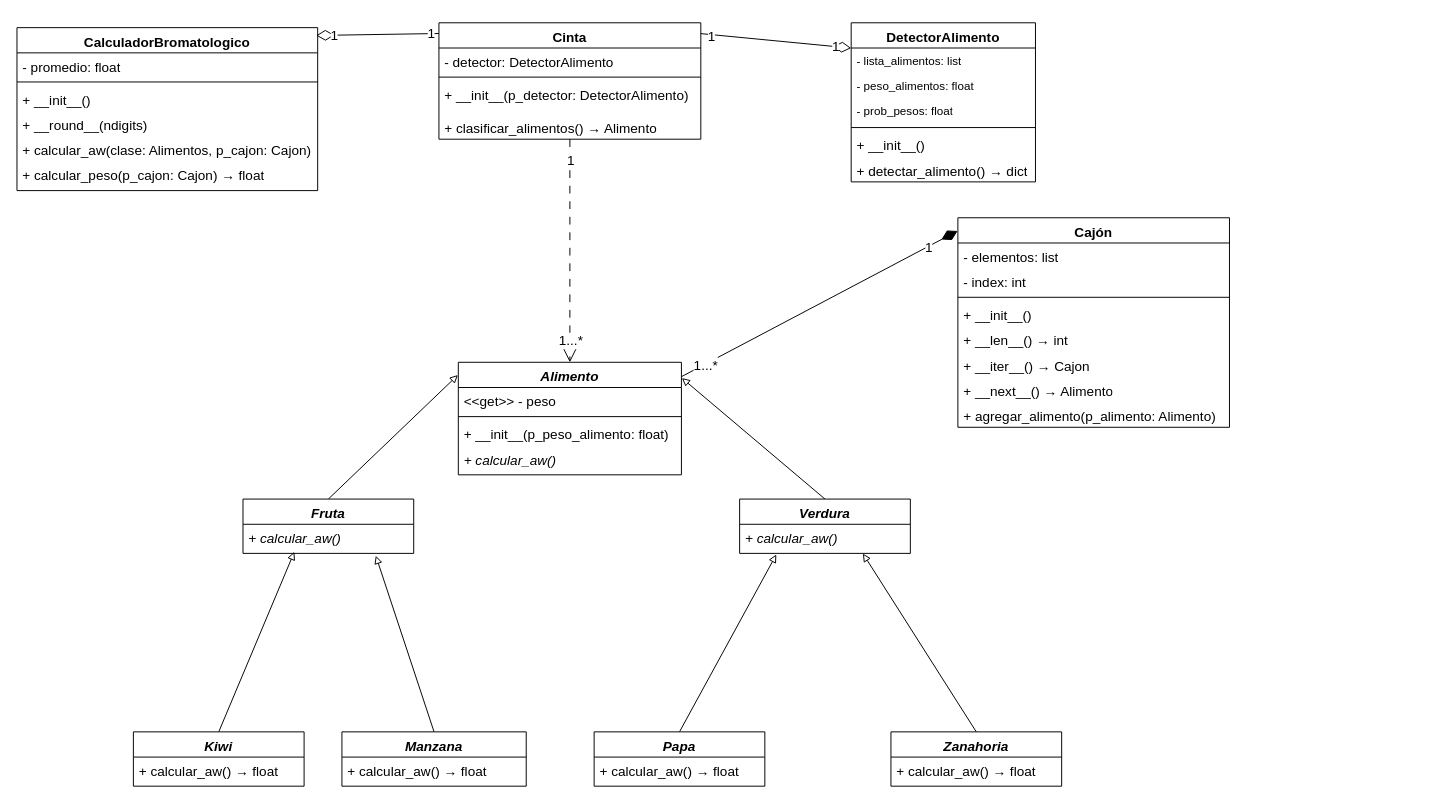
Earlier version of the draw.io diagram TrabajoPractico_2/proyecto2/docs/diagrama_UML_p2.drawio (FelipeCarrozzo/prog_avanzada). Source tidied: cells renumbered, new cells numbered last; positions are measured from the earlier drawing's top-left corner, leaving out a move shared by most shapes. Both pictures are drawn from the tidied source at 97%, with x=0, y=0 at pixel (16, 22).
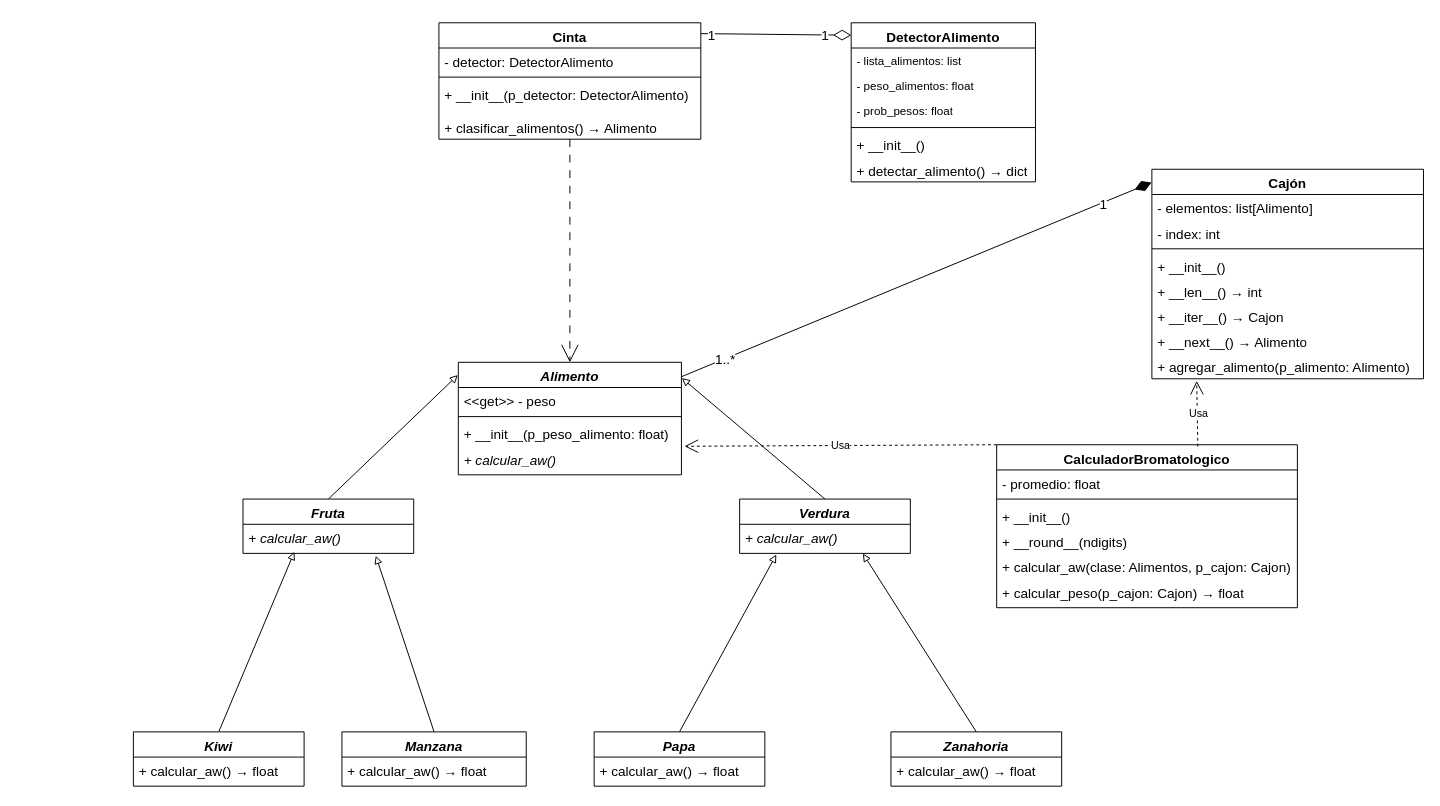
Above is the later version.

The change refers to these unchanged cells:
```xml
<mxCell id="2" style="rounded=0;jettySize=auto;html=1;exitX=0.5;exitY=1;exitDx=0;exitDy=0;entryX=0.5;entryY=0;entryDx=0;entryDy=0;endArrow=open;endFill=0;endSize=16;dashed=1;dashPattern=8 8;fontSize=14;" parent="1" edge="1" source="5" target="35">
  <mxGeometry relative="1" as="geometry" />
</mxCell>
<mxCell id="5" value="Cinta" style="swimlane;fontStyle=1;align=center;verticalAlign=top;horizontal=1;startSize=26;whiteSpace=wrap;html=1;fontSize=14;" parent="1" vertex="1">
  <mxGeometry x="435" width="270" height="120" as="geometry" />
</mxCell>
<mxCell id="10" value="DetectorAlimento" style="swimlane;fontStyle=1;align=center;verticalAlign=top;horizontal=1;startSize=26;whiteSpace=wrap;html=1;fontSize=14;" parent="1" vertex="1">
  <mxGeometry x="860" width="190" height="164" as="geometry" />
</mxCell>
<mxCell id="39" value="&lt;i&gt;&lt;font style=&quot;color: rgb(0, 0, 0);&quot;&gt;+ calcular_aw()&lt;/font&gt;&lt;/i&gt;" style="text;strokeColor=none;fillColor=none;align=left;verticalAlign=top;spacingLeft=4;spacingRight=4;overflow=hidden;points=[[0,0.5],[1,0.5]];portConstraint=eastwest;whiteSpace=wrap;html=1;fontSize=14;" parent="35" vertex="1">
  <mxGeometry y="86" width="230" height="30" as="geometry" />
</mxCell>
<mxCell id="54" value="+ agregar_alimento(p_alimento: Alimento)" style="text;strokeColor=none;fillColor=none;align=left;verticalAlign=top;spacingLeft=4;spacingRight=4;overflow=hidden;points=[[0,0.5],[1,0.5]];portConstraint=eastwest;whiteSpace=wrap;html=1;fontSize=14;" parent="46" vertex="1">
  <mxGeometry y="190" width="280" height="26" as="geometry" />
</mxCell>
<mxCell id="59" style="rounded=0;jettySize=auto;html=1;startArrow=none;startFill=0;endArrow=diamondThin;startSize=4;endFill=1;endSize=16;entryX=-0.001;entryY=0.063;entryDx=0;entryDy=0;entryPerimeter=0;fontSize=14;exitX=0.999;exitY=0.129;exitDx=0;exitDy=0;exitPerimeter=0;" parent="1" edge="1" source="35" target="46">
  <mxGeometry relative="1" as="geometry" />
</mxCell>
```

The edit, as a diff of the source:
```diff
@@
-    <mxCell id="3" value="&lt;font&gt;1&lt;/font&gt;" style="edgeLabel;html=1;align=center;verticalAlign=middle;fontSize=14;" parent="2" vertex="1">
-      <mxGeometry x="-0.89" relative="1" as="geometry">
-        <mxPoint y="8" as="offset" />
-      </mxGeometry>
-    </mxCell>
-    <mxCell id="4" value="&lt;font&gt;1...*&lt;/font&gt;" style="edgeLabel;html=1;align=center;verticalAlign=middle;fontSize=14;" parent="2" vertex="1">
-      <mxGeometry x="0.71" relative="1" as="geometry">
-        <mxPoint y="10" as="offset" />
-      </mxGeometry>
-    </mxCell>
@@
     <mxCell id="17" value="CalculadorBromatologico" style="swimlane;fontStyle=1;align=center;verticalAlign=top;horizontal=1;startSize=26;whiteSpace=wrap;html=1;fontSize=14;" parent="1" vertex="1">
-      <mxGeometry y="5" width="310" height="168" as="geometry" />
+      <mxGeometry x="1010" y="435" width="310" height="168" as="geometry" />
     </mxCell>
@@
     <mxCell id="46" value="Cajón" style="swimlane;fontStyle=1;align=center;verticalAlign=top;horizontal=1;startSize=26;whiteSpace=wrap;html=1;fontSize=14;" parent="1" vertex="1">
-      <mxGeometry x="970" y="201" width="280" height="216" as="geometry" />
+      <mxGeometry x="1170" y="151" width="280" height="216" as="geometry" />
     </mxCell>
-    <mxCell id="47" value="- elementos: list" style="text;strokeColor=none;fillColor=none;align=left;verticalAlign=top;spacingLeft=4;spacingRight=4;overflow=hidden;whiteSpace=wrap;html=1;fontSize=14;" parent="46" vertex="1">
+    <mxCell id="47" value="- elementos: list[Alimento]" style="text;strokeColor=none;fillColor=none;align=left;verticalAlign=top;spacingLeft=4;spacingRight=4;overflow=hidden;whiteSpace=wrap;html=1;fontSize=14;" parent="46" vertex="1">
       <mxGeometry y="26" width="280" height="26" as="geometry" />
     </mxCell>
@@
-    <mxCell id="56" style="rounded=0;jettySize=auto;entryX=0;entryY=0.159;entryDx=0;entryDy=0;endArrow=diamondThin;endFill=0;startSize=6;endSize=16;entryPerimeter=0;html=1;labelPosition=center;verticalLabelPosition=middle;align=center;verticalAlign=middle;fontSize=14;exitX=1;exitY=0.093;exitDx=0;exitDy=0;exitPerimeter=0;" parent="1" edge="1" source="5" target="10">
+    <mxCell id="56" style="rounded=0;jettySize=auto;entryX=0.001;entryY=0.078;entryDx=0;entryDy=0;endArrow=diamondThin;endFill=0;startSize=6;endSize=16;entryPerimeter=0;html=1;labelPosition=center;verticalLabelPosition=middle;align=center;verticalAlign=middle;fontSize=14;exitX=1;exitY=0.093;exitDx=0;exitDy=0;exitPerimeter=0;" parent="1" edge="1" source="5" target="10">
       <mxGeometry relative="1" as="geometry" />
     </mxCell>
@@
     <mxCell id="58" value="1" style="edgeLabel;html=1;align=center;verticalAlign=middle;fontSize=14;" parent="56" vertex="1">
-      <mxGeometry x="0.78" relative="1" as="geometry" />
+      <mxGeometry x="0.78" relative="1" as="geometry">
+        <mxPoint x="-10" as="offset" />
+      </mxGeometry>
     </mxCell>
@@
-    <mxCell id="60" value="1...*" style="edgeLabel;html=1;align=center;verticalAlign=middle;fontSize=14;" parent="59" vertex="1">
-      <mxGeometry x="-0.83" relative="1" as="geometry">
-        <mxPoint x="1" as="offset" />
-      </mxGeometry>
-    </mxCell>
@@
-    <mxCell id="62" style="rounded=0;jettySize=auto;html=1;exitX=0;exitY=0.092;exitDx=0;exitDy=0;entryX=0.995;entryY=0.048;entryDx=0;entryDy=0;entryPerimeter=0;endArrow=diamondThin;endFill=0;endSize=16;exitPerimeter=0;horizontal=1;curved=0;fontSize=14;" parent="1" edge="1" source="5" target="17">
-      <mxGeometry relative="1" as="geometry" />
-    </mxCell>
-    <mxCell id="63" value="1" style="edgeLabel;html=1;align=center;verticalAlign=middle;fontSize=14;" parent="62" vertex="1">
-      <mxGeometry x="-0.87" y="-1" relative="1" as="geometry" />
-    </mxCell>
-    <mxCell id="64" value="1" style="edgeLabel;html=1;align=center;verticalAlign=middle;fontSize=14;" parent="62" vertex="1">
-      <mxGeometry x="0.72" relative="1" as="geometry" />
-    </mxCell>
+    <mxCell id="65" style="endArrow=open;endSize=12;dashed=1;html=1;entryX=0.165;entryY=1.082;entryDx=0;entryDy=0;entryPerimeter=0;exitX=0.669;exitY=0.011;exitDx=0;exitDy=0;exitPerimeter=0;" parent="1" edge="1" source="17" target="54">
+      <mxGeometry relative="1" as="geometry" />
+    </mxCell>
+    <mxCell id="66" value="Usa" style="edgeLabel;html=1;align=center;verticalAlign=middle;" parent="65" vertex="1">
+      <mxGeometry y="-1" relative="1" as="geometry" />
+    </mxCell>
+    <mxCell id="67" value="Usa" style="endArrow=open;endSize=12;dashed=1;html=1;entryX=1.014;entryY=0.019;entryDx=0;entryDy=0;entryPerimeter=0;exitX=0;exitY=0;exitDx=0;exitDy=0;" parent="1" edge="1" source="17" target="39">
+      <mxGeometry relative="1" as="geometry" />
+    </mxCell>
+    <mxCell id="68" value="1..*" style="edgeLabel;html=1;align=center;verticalAlign=middle;fontSize=14;" parent="1" vertex="1">
+      <mxGeometry x="920" y="171" as="geometry">
+        <mxPoint x="-191" y="175" as="offset" />
+      </mxGeometry>
+    </mxCell>
```
